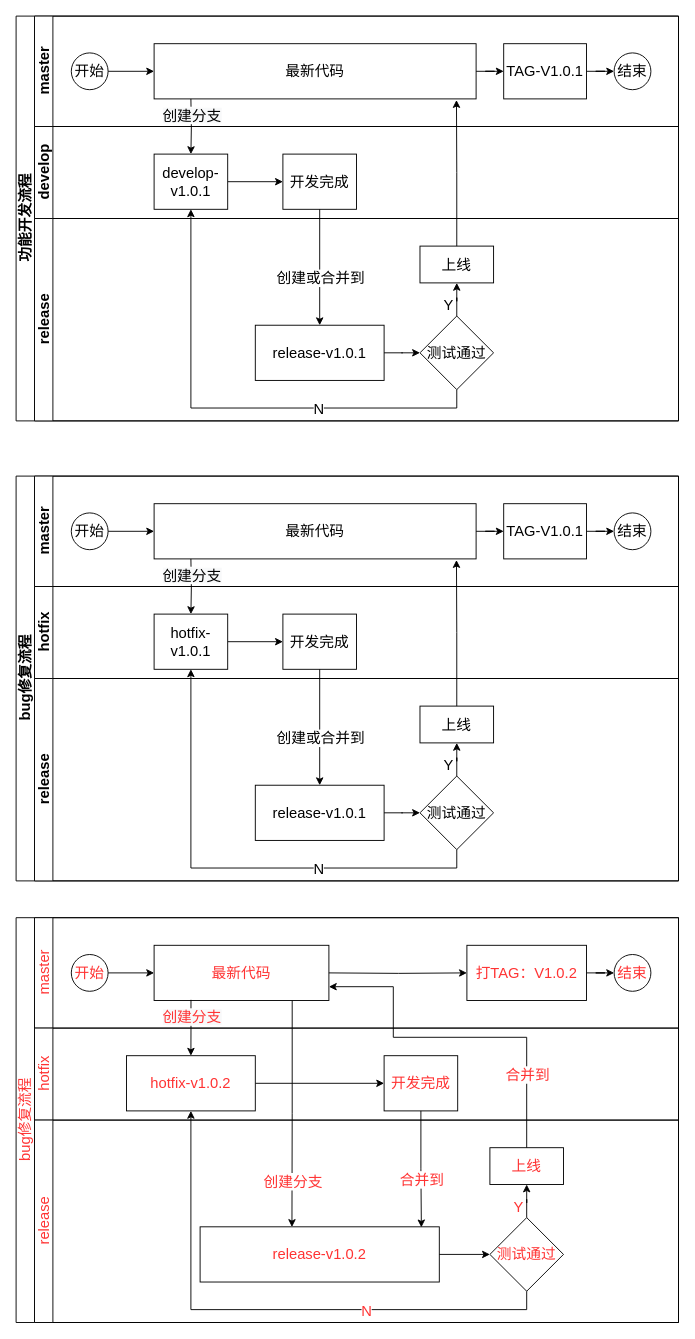
This is page "git分支使用规范" (1 of 4) of 研发规范.drawio from aspojo/diagrams, a draw.io file, before an edit. Source tidied: cells renumbered, new cells numbered last; positions are measured from the earlier drawing's top-left corner, leaving out a move shared by most shapes. Both pictures are drawn from the tidied source at 92%, with x=0, y=0 at pixel (16, 16).
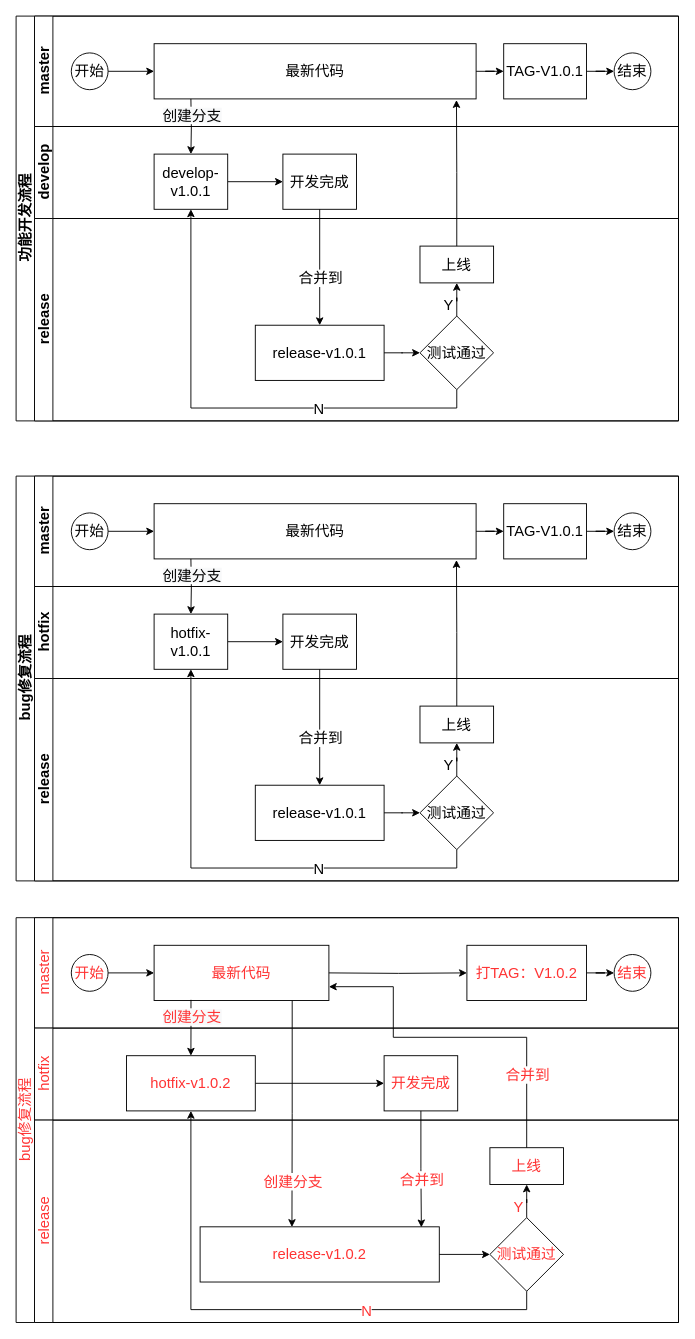
After the change.

Commit message:
更新研发规范.drawio

The change refers to these unchanged cells:
```xml
<mxCell id="24" style="edgeStyle=orthogonalEdgeStyle;rounded=0;jettySize=auto;html=1;fontSize=16;exitX=0.5;exitY=1;exitDx=0;exitDy=0;" parent="2" edge="1" source="14" target="16">
  <mxGeometry relative="1" as="geometry" />
</mxCell>
<mxCell id="81" style="edgeStyle=orthogonalEdgeStyle;rounded=0;jettySize=auto;html=1;fontSize=16;exitX=0.5;exitY=1;exitDx=0;exitDy=0;" parent="59" edge="1" source="71" target="73">
  <mxGeometry relative="1" as="geometry" />
</mxCell>
```

Diff of the diagram source:
```diff
@@
-    <mxCell id="25" value="创建或合并到" style="edgeLabel;html=1;align=center;verticalAlign=middle;fontSize=16;" parent="24" vertex="1">
+    <mxCell id="25" value="合并到" style="edgeLabel;html=1;align=center;verticalAlign=middle;fontSize=16;" parent="24" vertex="1">
       <mxGeometry x="0.23" relative="1" as="geometry">
         <mxPoint y="-3" as="offset" />
       </mxGeometry>
     </mxCell>
@@
-    <mxCell id="82" value="创建或合并到" style="edgeLabel;html=1;align=center;verticalAlign=middle;fontSize=16;" parent="81" vertex="1">
+    <mxCell id="82" value="合并到" style="edgeLabel;html=1;align=center;verticalAlign=middle;fontSize=16;" parent="81" vertex="1">
       <mxGeometry x="0.23" relative="1" as="geometry">
         <mxPoint y="-3" as="offset" />
       </mxGeometry>
     </mxCell>
```
